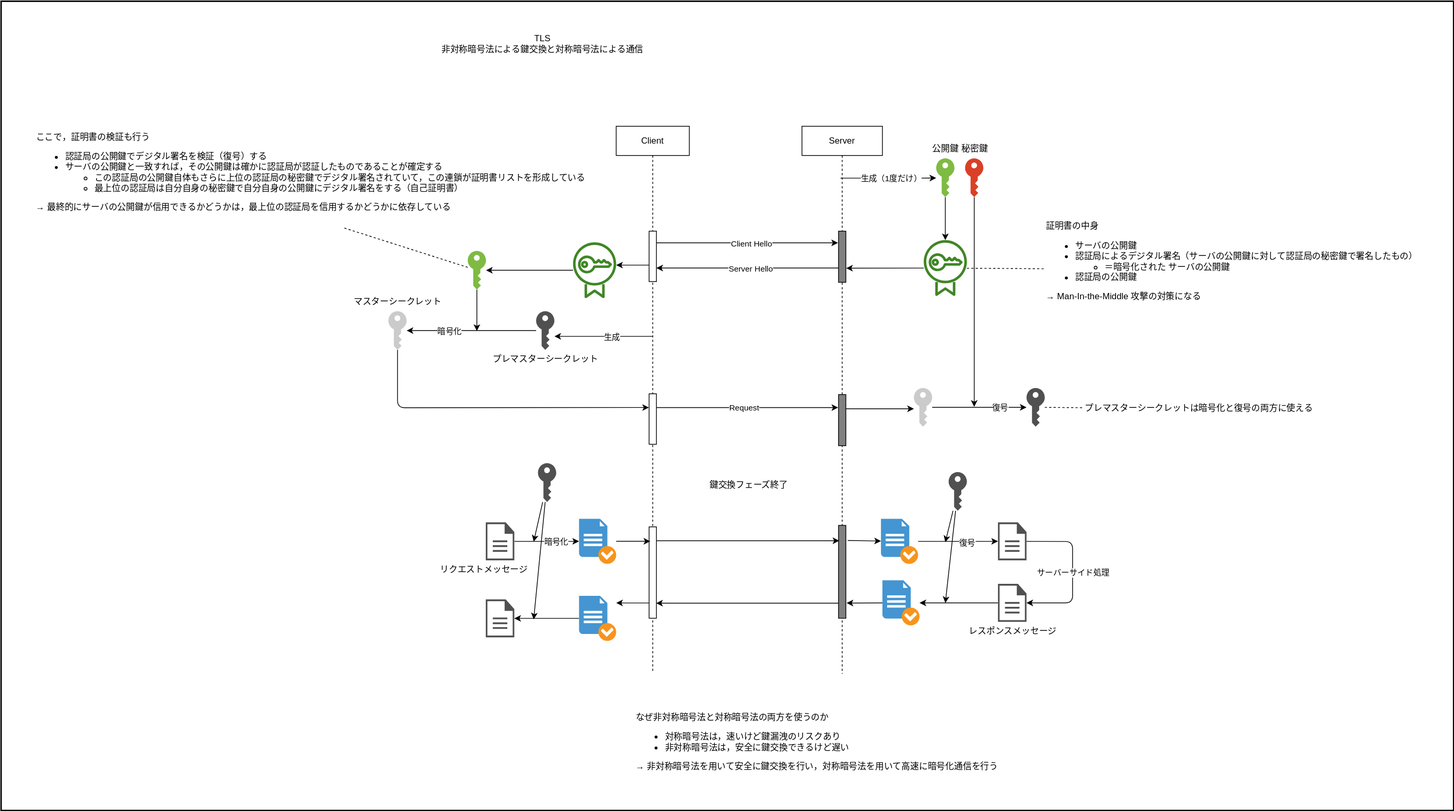
Before: diagrams/tls.drawio.svg, a diagram exported from draw.io (SOUSUKEKUROSAWA/drawio). Source tidied: cells renumbered, new cells last; positions are measured from the earlier drawing's top-left corner, leaving out a move shared by most shapes.
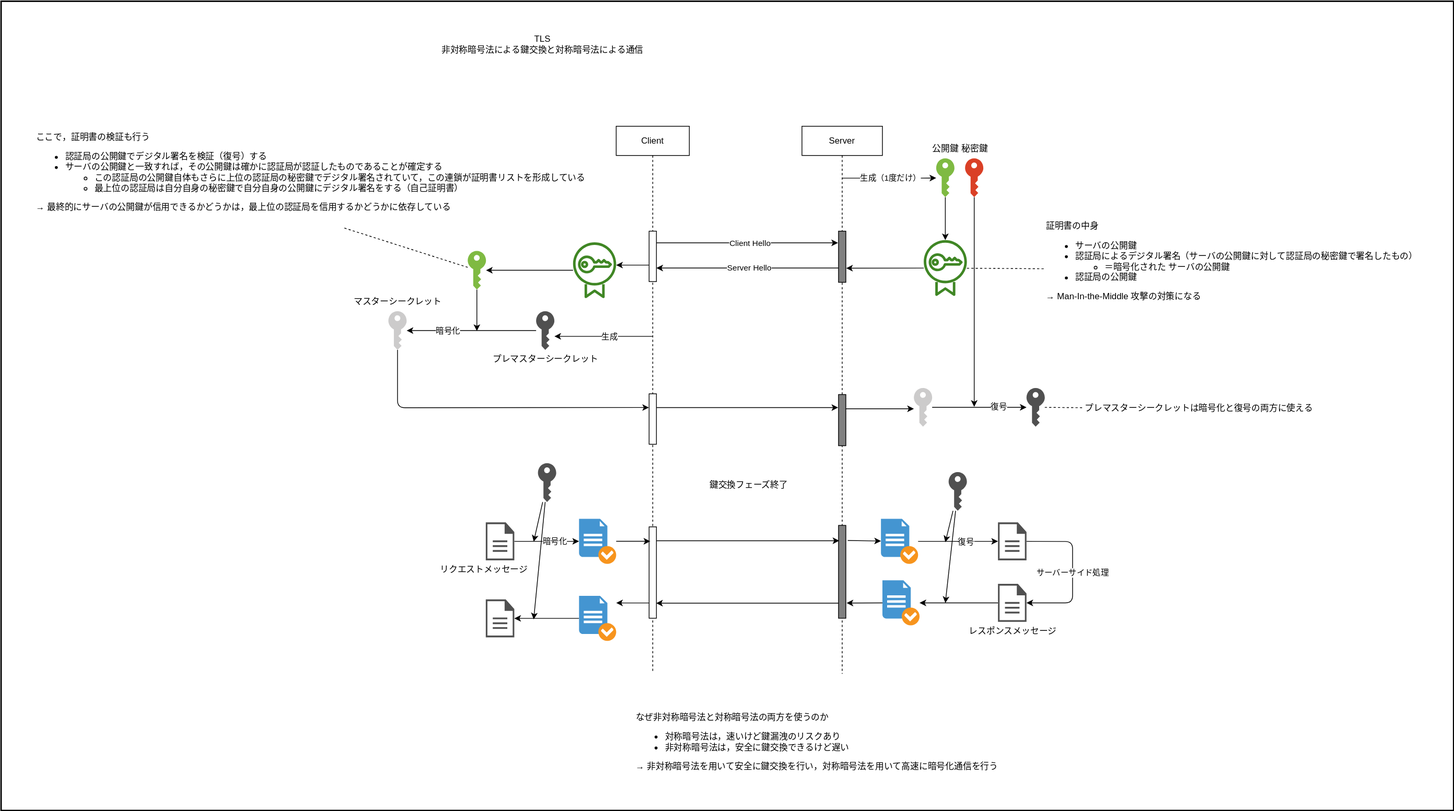
Later version of the same file.

Diff of the diagram source:
```diff
@@ -176,11 +176,6 @@
     <mxCell id="51" style="edgeStyle=none;html=1;entryX=-0.052;entryY=0.255;entryDx=0;entryDy=0;entryPerimeter=0;" parent="1" edge="1" source="13" target="7">
       <mxGeometry relative="1" as="geometry" />
     </mxCell>
-    <mxCell id="52" value="Request" style="edgeLabel;html=1;align=center;verticalAlign=middle;" parent="51" vertex="1">
-      <mxGeometry x="0.37" y="2" relative="1" as="geometry">
-        <mxPoint x="-53" y="1" as="offset" />
-      </mxGeometry>
-    </mxCell>
     <mxCell id="53" style="edgeStyle=none;html=1;" parent="1" edge="1" source="55" target="58">
       <mxGeometry relative="1" as="geometry" />
     </mxCell>
```
